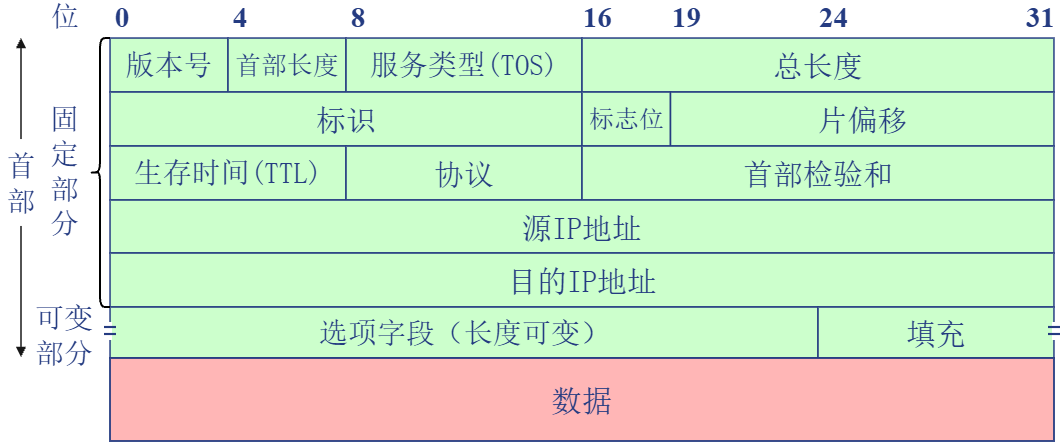
The draw.io diagram network/IP 首部格式.drawio.png in oHo404/imgrepo, before a commit. Source tidied: cells renumbered, new cells last; positions are measured from the earlier drawing's top-left corner, leaving out a move shared by most shapes.
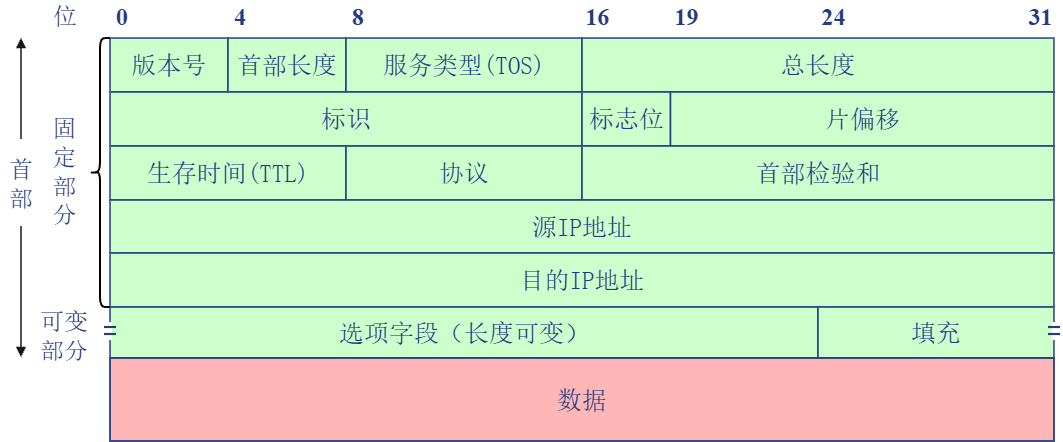
Later version of the same file.

Commit message:
更新IP 首部格式.drawio.png

Diff of the diagram source:
```diff
@@ -2,82 +2,82 @@
   <root>
     <mxCell id="0" />
     <mxCell id="1" parent="0" />
-    <mxCell id="2" value="版本号" style="shape=rectangle;rounded=0;html=0;whiteSpace=wrap;align=center;verticalAlign=middle;spacing=0;fillColor=#CCFFCC;strokeColor=#243B81;strokeWidth=1.55;fontFamily=SimSun;fontSize=29;fontColor=#243B81;fontStyle=0;" parent="1" vertex="1">
+    <mxCell id="2" value="版本号" style="shape=rectangle;rounded=0;html=0;whiteSpace=wrap;align=center;verticalAlign=middle;spacing=0;fillColor=#CCFFCC;strokeColor=#243B81;strokeWidth=1.55;fontFamily=SimSun;fontSize=25;fontColor=#243B81;fontStyle=0;" parent="1" vertex="1">
       <mxGeometry x="110" y="38" width="118" height="54" as="geometry" />
     </mxCell>
-    <mxCell id="3" value="首部长度" style="shape=rectangle;rounded=0;html=0;whiteSpace=wrap;align=center;verticalAlign=middle;spacing=0;fillColor=#CCFFCC;strokeColor=#243B81;strokeWidth=1.55;fontFamily=SimSun;fontSize=26;fontColor=#243B81;fontStyle=0;" parent="1" vertex="1">
+    <mxCell id="3" value="首部长度" style="shape=rectangle;rounded=0;html=0;whiteSpace=wrap;align=center;verticalAlign=middle;spacing=0;fillColor=#CCFFCC;strokeColor=#243B81;strokeWidth=1.55;fontFamily=SimSun;fontSize=25;fontColor=#243B81;fontStyle=0;" parent="1" vertex="1">
       <mxGeometry x="228" y="38" width="118" height="54" as="geometry" />
     </mxCell>
-    <mxCell id="4" value="服务类型(TOS)" style="shape=rectangle;rounded=0;html=0;whiteSpace=wrap;align=center;verticalAlign=middle;spacing=0;fillColor=#CCFFCC;strokeColor=#243B81;strokeWidth=1.55;fontFamily=SimSun;fontSize=29;fontColor=#243B81;fontStyle=0;" parent="1" vertex="1">
+    <mxCell id="4" value="服务类型(TOS)" style="shape=rectangle;rounded=0;html=0;whiteSpace=wrap;align=center;verticalAlign=middle;spacing=0;fillColor=#CCFFCC;strokeColor=#243B81;strokeWidth=1.55;fontFamily=SimSun;fontSize=25;fontColor=#243B81;fontStyle=0;" parent="1" vertex="1">
       <mxGeometry x="346" y="38" width="236" height="54" as="geometry" />
     </mxCell>
-    <mxCell id="5" value="总长度" style="shape=rectangle;rounded=0;html=0;whiteSpace=wrap;align=center;verticalAlign=middle;spacing=0;fillColor=#CCFFCC;strokeColor=#243B81;strokeWidth=1.55;fontFamily=SimSun;fontSize=30;fontColor=#243B81;fontStyle=0;" parent="1" vertex="1">
+    <mxCell id="5" value="总长度" style="shape=rectangle;rounded=0;html=0;whiteSpace=wrap;align=center;verticalAlign=middle;spacing=0;fillColor=#CCFFCC;strokeColor=#243B81;strokeWidth=1.55;fontFamily=SimSun;fontSize=25;fontColor=#243B81;fontStyle=0;" parent="1" vertex="1">
       <mxGeometry x="582" y="38" width="472" height="54" as="geometry" />
     </mxCell>
-    <mxCell id="6" value="标识" style="shape=rectangle;rounded=0;html=0;whiteSpace=wrap;align=center;verticalAlign=middle;spacing=0;fillColor=#CCFFCC;strokeColor=#243B81;strokeWidth=1.55;fontFamily=SimSun;fontSize=30;fontColor=#243B81;fontStyle=0;" parent="1" vertex="1">
+    <mxCell id="6" value="标识" style="shape=rectangle;rounded=0;html=0;whiteSpace=wrap;align=center;verticalAlign=middle;spacing=0;fillColor=#CCFFCC;strokeColor=#243B81;strokeWidth=1.55;fontFamily=SimSun;fontSize=25;fontColor=#243B81;fontStyle=0;" parent="1" vertex="1">
       <mxGeometry x="110" y="92" width="472" height="54" as="geometry" />
     </mxCell>
     <mxCell id="7" value="标志位" style="shape=rectangle;rounded=0;html=0;whiteSpace=wrap;align=center;verticalAlign=middle;spacing=0;fillColor=#CCFFCC;strokeColor=#243B81;strokeWidth=1.55;fontFamily=SimSun;fontSize=25;fontColor=#243B81;fontStyle=0;" parent="1" vertex="1">
       <mxGeometry x="582" y="92" width="88.5" height="54" as="geometry" />
     </mxCell>
-    <mxCell id="8" value="片偏移" style="shape=rectangle;rounded=0;html=0;whiteSpace=wrap;align=center;verticalAlign=middle;spacing=0;fillColor=#CCFFCC;strokeColor=#243B81;strokeWidth=1.55;fontFamily=SimSun;fontSize=30;fontColor=#243B81;fontStyle=0;" parent="1" vertex="1">
+    <mxCell id="8" value="片偏移" style="shape=rectangle;rounded=0;html=0;whiteSpace=wrap;align=center;verticalAlign=middle;spacing=0;fillColor=#CCFFCC;strokeColor=#243B81;strokeWidth=1.55;fontFamily=SimSun;fontSize=25;fontColor=#243B81;fontStyle=0;" parent="1" vertex="1">
       <mxGeometry x="670.5" y="92" width="383.5" height="54" as="geometry" />
     </mxCell>
-    <mxCell id="9" value="生存时间(TTL)" style="shape=rectangle;rounded=0;html=0;whiteSpace=wrap;align=center;verticalAlign=middle;spacing=0;fillColor=#CCFFCC;strokeColor=#243B81;strokeWidth=1.55;fontFamily=SimSun;fontSize=29;fontColor=#243B81;fontStyle=0;" parent="1" vertex="1">
+    <mxCell id="9" value="生存时间(TTL)" style="shape=rectangle;rounded=0;html=0;whiteSpace=wrap;align=center;verticalAlign=middle;spacing=0;fillColor=#CCFFCC;strokeColor=#243B81;strokeWidth=1.55;fontFamily=SimSun;fontSize=25;fontColor=#243B81;fontStyle=0;" parent="1" vertex="1">
       <mxGeometry x="110" y="146" width="236" height="54" as="geometry" />
     </mxCell>
-    <mxCell id="10" value="协议" style="shape=rectangle;rounded=0;html=0;whiteSpace=wrap;align=center;verticalAlign=middle;spacing=0;fillColor=#CCFFCC;strokeColor=#243B81;strokeWidth=1.55;fontFamily=SimSun;fontSize=30;fontColor=#243B81;fontStyle=0;" parent="1" vertex="1">
+    <mxCell id="10" value="协议" style="shape=rectangle;rounded=0;html=0;whiteSpace=wrap;align=center;verticalAlign=middle;spacing=0;fillColor=#CCFFCC;strokeColor=#243B81;strokeWidth=1.55;fontFamily=SimSun;fontSize=25;fontColor=#243B81;fontStyle=0;" parent="1" vertex="1">
       <mxGeometry x="346" y="146" width="236" height="54" as="geometry" />
     </mxCell>
-    <mxCell id="11" value="首部检验和" style="shape=rectangle;rounded=0;html=0;whiteSpace=wrap;align=center;verticalAlign=middle;spacing=0;fillColor=#CCFFCC;strokeColor=#243B81;strokeWidth=1.55;fontFamily=SimSun;fontSize=30;fontColor=#243B81;fontStyle=0;" parent="1" vertex="1">
+    <mxCell id="11" value="首部检验和" style="shape=rectangle;rounded=0;html=0;whiteSpace=wrap;align=center;verticalAlign=middle;spacing=0;fillColor=#CCFFCC;strokeColor=#243B81;strokeWidth=1.55;fontFamily=SimSun;fontSize=25;fontColor=#243B81;fontStyle=0;" parent="1" vertex="1">
       <mxGeometry x="582" y="146" width="472" height="54" as="geometry" />
     </mxCell>
-    <mxCell id="12" value="源IP地址" style="shape=rectangle;rounded=0;html=0;whiteSpace=wrap;align=center;verticalAlign=middle;spacing=0;fillColor=#CCFFCC;strokeColor=#243B81;strokeWidth=1.55;fontFamily=SimSun;fontSize=30;fontColor=#243B81;fontStyle=0;" parent="1" vertex="1">
+    <mxCell id="12" value="源IP地址" style="shape=rectangle;rounded=0;html=0;whiteSpace=wrap;align=center;verticalAlign=middle;spacing=0;fillColor=#CCFFCC;strokeColor=#243B81;strokeWidth=1.55;fontFamily=SimSun;fontSize=25;fontColor=#243B81;fontStyle=0;" parent="1" vertex="1">
       <mxGeometry x="110" y="200" width="944" height="53" as="geometry" />
     </mxCell>
-    <mxCell id="13" value="目的IP地址" style="shape=rectangle;rounded=0;html=0;whiteSpace=wrap;align=center;verticalAlign=middle;spacing=0;fillColor=#CCFFCC;strokeColor=#243B81;strokeWidth=1.55;fontFamily=SimSun;fontSize=30;fontColor=#243B81;fontStyle=0;" parent="1" vertex="1">
+    <mxCell id="13" value="目的IP地址" style="shape=rectangle;rounded=0;html=0;whiteSpace=wrap;align=center;verticalAlign=middle;spacing=0;fillColor=#CCFFCC;strokeColor=#243B81;strokeWidth=1.55;fontFamily=SimSun;fontSize=25;fontColor=#243B81;fontStyle=0;" parent="1" vertex="1">
       <mxGeometry x="110" y="253" width="944" height="54" as="geometry" />
     </mxCell>
-    <mxCell id="14" value="选项字段（长度可变）" style="shape=rectangle;rounded=0;html=0;whiteSpace=wrap;align=center;verticalAlign=middle;spacing=0;fillColor=#CCFFCC;strokeColor=#243B81;strokeWidth=1.55;fontFamily=SimSun;fontSize=29;fontColor=#243B81;fontStyle=0;" parent="1" vertex="1">
+    <mxCell id="14" value="选项字段（长度可变）" style="shape=rectangle;rounded=0;html=0;whiteSpace=wrap;align=center;verticalAlign=middle;spacing=0;fillColor=#CCFFCC;strokeColor=#243B81;strokeWidth=1.55;fontFamily=SimSun;fontSize=25;fontColor=#243B81;fontStyle=0;" parent="1" vertex="1">
       <mxGeometry x="110" y="307" width="708" height="51" as="geometry" />
     </mxCell>
-    <mxCell id="15" value="填充" style="shape=rectangle;rounded=0;html=0;whiteSpace=wrap;align=center;verticalAlign=middle;spacing=0;fillColor=#CCFFCC;strokeColor=#243B81;strokeWidth=1.55;fontFamily=SimSun;fontSize=30;fontColor=#243B81;fontStyle=0;" parent="1" vertex="1">
+    <mxCell id="15" value="填充" style="shape=rectangle;rounded=0;html=0;whiteSpace=wrap;align=center;verticalAlign=middle;spacing=0;fillColor=#CCFFCC;strokeColor=#243B81;strokeWidth=1.55;fontFamily=SimSun;fontSize=25;fontColor=#243B81;fontStyle=0;" parent="1" vertex="1">
       <mxGeometry x="818" y="307" width="236" height="51" as="geometry" />
     </mxCell>
-    <mxCell id="16" value="数据" style="shape=rectangle;rounded=0;html=0;whiteSpace=wrap;align=center;verticalAlign=middle;spacing=0;fillColor=#FFB6B6;strokeColor=#243B81;strokeWidth=1.8;fontFamily=SimSun;fontSize=31;fontColor=#243B81;fontStyle=0;" parent="1" vertex="1">
+    <mxCell id="16" value="数据" style="shape=rectangle;rounded=0;html=0;whiteSpace=wrap;align=center;verticalAlign=middle;spacing=0;fillColor=#FFB6B6;strokeColor=#243B81;strokeWidth=1.8;fontFamily=SimSun;fontSize=25;fontColor=#243B81;fontStyle=0;" parent="1" vertex="1">
       <mxGeometry x="110" y="358" width="944" height="83" as="geometry" />
     </mxCell>
-    <mxCell id="17" value="位" style="text;html=0;whiteSpace=wrap;align=center;verticalAlign=middle;spacing=0;fillColor=none;strokeColor=none;strokeWidth=0;fontFamily=SimSun;fontSize=28;fontColor=#243B81;fontStyle=0;" parent="1" vertex="1">
+    <mxCell id="17" value="位" style="text;html=0;whiteSpace=wrap;align=center;verticalAlign=middle;spacing=0;fillColor=none;strokeColor=none;strokeWidth=0;fontFamily=SimSun;fontSize=24;fontColor=#243B81;fontStyle=0;" parent="1" vertex="1">
       <mxGeometry x="43" width="44" height="33" as="geometry" />
     </mxCell>
-    <mxCell id="18" value="0" style="text;html=0;whiteSpace=wrap;align=center;verticalAlign=middle;spacing=0;fillColor=none;strokeColor=none;strokeWidth=0;fontFamily=Times New Roman;fontSize=29;fontColor=#243B81;fontStyle=1;" parent="1" vertex="1">
+    <mxCell id="18" value="0" style="text;html=0;whiteSpace=wrap;align=center;verticalAlign=middle;spacing=0;fillColor=none;strokeColor=none;strokeWidth=0;fontFamily=Times New Roman;fontSize=24;fontColor=#243B81;fontStyle=1;" parent="1" vertex="1">
       <mxGeometry x="110" width="24" height="35" as="geometry" />
     </mxCell>
-    <mxCell id="19" value="4" style="text;html=0;whiteSpace=wrap;align=center;verticalAlign=middle;spacing=0;fillColor=none;strokeColor=none;strokeWidth=0;fontFamily=Times New Roman;fontSize=29;fontColor=#243B81;fontStyle=1;" parent="1" vertex="1">
+    <mxCell id="19" value="4" style="text;html=0;whiteSpace=wrap;align=center;verticalAlign=middle;spacing=0;fillColor=none;strokeColor=none;strokeWidth=0;fontFamily=Times New Roman;fontSize=24;fontColor=#243B81;fontStyle=1;" parent="1" vertex="1">
       <mxGeometry x="228" width="24" height="35" as="geometry" />
     </mxCell>
-    <mxCell id="20" value="8" style="text;html=0;whiteSpace=wrap;align=center;verticalAlign=middle;spacing=0;fillColor=none;strokeColor=none;strokeWidth=0;fontFamily=Times New Roman;fontSize=29;fontColor=#243B81;fontStyle=1;" parent="1" vertex="1">
+    <mxCell id="20" value="8" style="text;html=0;whiteSpace=wrap;align=center;verticalAlign=middle;spacing=0;fillColor=none;strokeColor=none;strokeWidth=0;fontFamily=Times New Roman;fontSize=24;fontColor=#243B81;fontStyle=1;" parent="1" vertex="1">
       <mxGeometry x="346" width="24" height="35" as="geometry" />
     </mxCell>
-    <mxCell id="21" value="16" style="text;html=0;whiteSpace=wrap;align=center;verticalAlign=middle;spacing=0;fillColor=none;strokeColor=none;strokeWidth=0;fontFamily=Times New Roman;fontSize=29;fontColor=#243B81;fontStyle=1;" parent="1" vertex="1">
+    <mxCell id="21" value="16" style="text;html=0;whiteSpace=wrap;align=center;verticalAlign=middle;spacing=0;fillColor=none;strokeColor=none;strokeWidth=0;fontFamily=Times New Roman;fontSize=24;fontColor=#243B81;fontStyle=1;" parent="1" vertex="1">
       <mxGeometry x="582" width="31" height="35" as="geometry" />
     </mxCell>
-    <mxCell id="22" value="19" style="text;html=0;whiteSpace=wrap;align=center;verticalAlign=middle;spacing=0;fillColor=none;strokeColor=none;strokeWidth=0;fontFamily=Times New Roman;fontSize=29;fontColor=#243B81;fontStyle=1;" parent="1" vertex="1">
+    <mxCell id="22" value="19" style="text;html=0;whiteSpace=wrap;align=center;verticalAlign=middle;spacing=0;fillColor=none;strokeColor=none;strokeWidth=0;fontFamily=Times New Roman;fontSize=24;fontColor=#243B81;fontStyle=1;" parent="1" vertex="1">
       <mxGeometry x="670.5" width="31" height="35" as="geometry" />
     </mxCell>
-    <mxCell id="23" value="24" style="text;html=0;whiteSpace=wrap;align=center;verticalAlign=middle;spacing=0;fillColor=none;strokeColor=none;strokeWidth=0;fontFamily=Times New Roman;fontSize=29;fontColor=#243B81;fontStyle=1;" parent="1" vertex="1">
+    <mxCell id="23" value="24" style="text;html=0;whiteSpace=wrap;align=center;verticalAlign=middle;spacing=0;fillColor=none;strokeColor=none;strokeWidth=0;fontFamily=Times New Roman;fontSize=24;fontColor=#243B81;fontStyle=1;" parent="1" vertex="1">
       <mxGeometry x="818" width="31" height="35" as="geometry" />
     </mxCell>
-    <mxCell id="24" value="31" style="text;html=0;whiteSpace=wrap;align=center;verticalAlign=middle;spacing=0;fillColor=none;strokeColor=none;strokeWidth=0;fontFamily=Times New Roman;fontSize=29;fontColor=#243B81;fontStyle=1;" parent="1" vertex="1">
+    <mxCell id="24" value="31" style="text;html=0;whiteSpace=wrap;align=center;verticalAlign=middle;spacing=0;fillColor=none;strokeColor=none;strokeWidth=0;fontFamily=Times New Roman;fontSize=24;fontColor=#243B81;fontStyle=1;" parent="1" vertex="1">
       <mxGeometry x="1024.5" width="31" height="35" as="geometry" />
     </mxCell>
-    <mxCell id="25" value="首&#10;部" style="text;html=0;whiteSpace=wrap;align=center;verticalAlign=middle;spacing=0;fillColor=none;strokeColor=none;strokeWidth=0;fontFamily=SimSun;fontSize=29;fontColor=#243B81;fontStyle=0;" parent="1" vertex="1">
+    <mxCell id="25" value="首&#10;部" style="text;html=0;whiteSpace=wrap;align=center;verticalAlign=middle;spacing=0;fillColor=none;strokeColor=none;strokeWidth=0;fontFamily=SimSun;fontSize=24;fontColor=#243B81;fontStyle=0;" parent="1" vertex="1">
       <mxGeometry y="143" width="42" height="79" as="geometry" />
     </mxCell>
-    <mxCell id="26" value="固&#10;定&#10;部&#10;分" style="text;html=0;whiteSpace=wrap;align=center;verticalAlign=middle;spacing=0;fillColor=none;strokeColor=none;strokeWidth=0;fontFamily=SimSun;fontSize=29;fontColor=#243B81;fontStyle=0;" parent="1" vertex="1">
+    <mxCell id="26" value="固&#10;定&#10;部&#10;分" style="text;html=0;whiteSpace=wrap;align=center;verticalAlign=middle;spacing=0;fillColor=none;strokeColor=none;strokeWidth=0;fontFamily=SimSun;fontSize=24;fontColor=#243B81;fontStyle=0;" parent="1" vertex="1">
       <mxGeometry x="42" y="105" width="45" height="133" as="geometry" />
     </mxCell>
-    <mxCell id="27" value="可变&#10;部分" style="text;html=0;whiteSpace=wrap;align=center;verticalAlign=middle;spacing=0;fillColor=none;strokeColor=none;strokeWidth=0;fontFamily=SimSun;fontSize=29;fontColor=#243B81;fontStyle=0;" parent="1" vertex="1">
+    <mxCell id="27" value="可变&#10;部分" style="text;html=0;whiteSpace=wrap;align=center;verticalAlign=middle;spacing=0;fillColor=none;strokeColor=none;strokeWidth=0;fontFamily=SimSun;fontSize=24;fontColor=#243B81;fontStyle=0;" parent="1" vertex="1">
       <mxGeometry x="27" y="300" width="74" height="70" as="geometry" />
     </mxCell>
     <mxCell id="28" style="shape=connector;edgeStyle=none;rounded=0;html=0;startArrow=none;endArrow=block;endFill=1;endSize=6;strokeColor=#171717;strokeWidth=1.65;" parent="1" edge="1">
```
